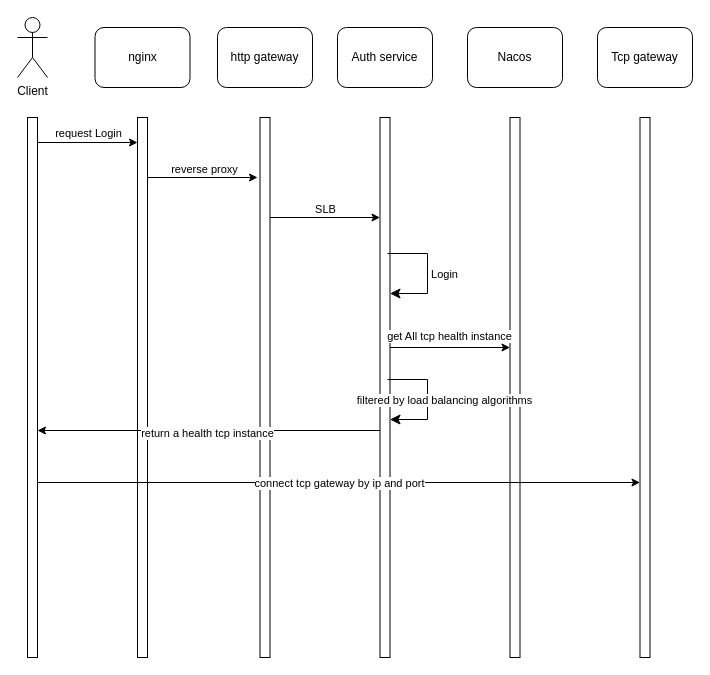
The draw.io diagram client-connect-process.drawio in wlinsk-Gao/custome.draw.io, before the edit. Source tidied: cells renumbered, new cells numbered last; positions are measured from the earlier drawing's top-left corner, leaving out a move shared by most shapes. Both pictures are drawn from the tidied source at 100%, with x=0, y=0 at pixel (17, 17).
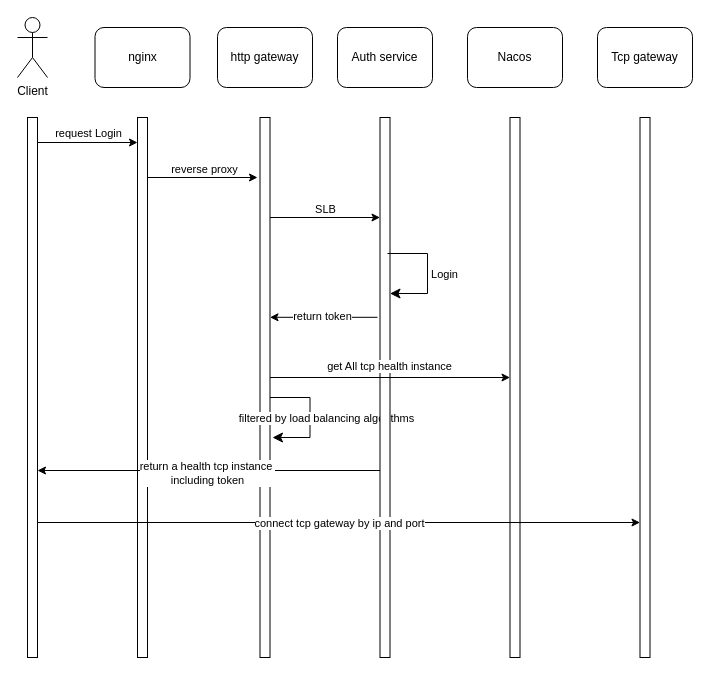
After the change.

The change refers to these unchanged cells:
```xml
<mxCell id="6" style="group;" parent="1" vertex="1">
  <mxGeometry x="200" y="10" width="95" height="630" as="geometry" />
</mxCell>
<mxCell id="8" style="html=1;points=[[0,0,0,0,5],[0,1,0,0,-5],[1,0,0,0,5],[1,1,0,0,-5]];perimeter=orthogonalPerimeter;outlineConnect=0;targetShapes=umlLifeline;portConstraint=eastwest;newEdgeStyle={&quot;curved&quot;:0,&quot;rounded&quot;:0};" parent="6" vertex="1">
  <mxGeometry x="42.5" y="90" width="10" height="540" as="geometry" />
</mxCell>
<mxCell id="11" style="html=1;points=[[0,0,0,0,5],[0,1,0,0,-5],[1,0,0,0,5],[1,1,0,0,-5]];perimeter=orthogonalPerimeter;outlineConnect=0;targetShapes=umlLifeline;portConstraint=eastwest;newEdgeStyle={&quot;curved&quot;:0,&quot;rounded&quot;:0};" parent="9" vertex="1">
  <mxGeometry x="42.5" y="90" width="10" height="540" as="geometry" />
</mxCell>
```

The edit, as a diff of the source:
```diff
@@
+    <mxCell id="32" style="edgeStyle=elbowEdgeStyle;elbow=horizontal;endArrow=classic;html=1;curved=0;rounded=0;endSize=8;startSize=8;" parent="6" edge="1">
+      <mxGeometry relative="1" as="geometry">
+        <mxPoint x="52.5" y="370" as="sourcePoint" />
+        <mxPoint x="55" y="410" as="targetPoint" />
+        <Array as="points">
+          <mxPoint x="92.5" y="400" />
+        </Array>
+      </mxGeometry>
+    </mxCell>
+    <mxCell id="33" value="filtered by load balancing algorithms" style="edgeLabel;html=1;align=center;verticalAlign=middle;" parent="32" vertex="1">
+      <mxGeometry x="0.4" relative="1" as="geometry">
+        <mxPoint x="18" y="-20" as="offset" />
+      </mxGeometry>
+    </mxCell>
@@
     <mxCell id="26" style="endArrow=classic;html=1;rounded=0;" parent="1" edge="1">
       <mxGeometry relative="1" as="geometry">
-        <mxPoint x="372.5" y="330" as="sourcePoint" />
-        <mxPoint x="492.5" y="330" as="targetPoint" />
+        <mxPoint x="252.5" y="360" as="sourcePoint" />
+        <mxPoint x="492.5" y="360" as="targetPoint" />
       </mxGeometry>
     </mxCell>
@@
     <mxCell id="28" style="endArrow=classic;html=1;rounded=0;" parent="1" edge="1">
       <mxGeometry relative="1" as="geometry">
-        <mxPoint x="362.5" y="413" as="sourcePoint" />
-        <mxPoint x="20" y="413" as="targetPoint" />
+        <mxPoint x="362.5" y="453" as="sourcePoint" />
+        <mxPoint x="20" y="453" as="targetPoint" />
       </mxGeometry>
     </mxCell>
-    <mxCell id="29" value="return a health tcp instance" style="edgeLabel;html=1;align=center;verticalAlign=middle;" parent="28" vertex="1">
+    <mxCell id="29" value="return a health tcp instance&amp;nbsp;&lt;div&gt;including token&lt;/div&gt;" style="edgeLabel;html=1;align=center;verticalAlign=middle;" parent="28" vertex="1">
       <mxGeometry x="0.01" y="2" relative="1" as="geometry" />
     </mxCell>
     <mxCell id="30" style="endArrow=classic;html=1;rounded=0;" parent="1" edge="1">
       <mxGeometry relative="1" as="geometry">
-        <mxPoint x="20" y="465" as="sourcePoint" />
-        <mxPoint x="622.5" y="465" as="targetPoint" />
+        <mxPoint x="20" y="505" as="sourcePoint" />
+        <mxPoint x="622.5" y="505" as="targetPoint" />
       </mxGeometry>
     </mxCell>
@@
-    <mxCell id="32" style="edgeStyle=elbowEdgeStyle;elbow=horizontal;endArrow=classic;html=1;curved=0;rounded=0;endSize=8;startSize=8;" parent="1" edge="1">
-      <mxGeometry relative="1" as="geometry">
-        <mxPoint x="370" y="362" as="sourcePoint" />
-        <mxPoint x="372.5" y="402" as="targetPoint" />
-        <Array as="points">
-          <mxPoint x="410" y="392" />
-        </Array>
-      </mxGeometry>
-    </mxCell>
-    <mxCell id="33" value="filtered by load balancing algorithms" style="edgeLabel;html=1;align=center;verticalAlign=middle;" parent="32" vertex="1">
-      <mxGeometry x="0.4" relative="1" as="geometry">
-        <mxPoint x="18" y="-20" as="offset" />
-      </mxGeometry>
-    </mxCell>
+    <mxCell id="34" style="endArrow=classic;html=1;rounded=0;exitX=-0.25;exitY=0.37;exitDx=0;exitDy=0;exitPerimeter=0;" parent="1" edge="1" source="11" target="8">
+      <mxGeometry relative="1" as="geometry" />
+    </mxCell>
+    <mxCell id="35" value="return token" style="edgeLabel;html=1;align=center;verticalAlign=middle;" parent="34" vertex="1">
+      <mxGeometry x="0.04" y="-1" relative="1" as="geometry" />
+    </mxCell>
```
